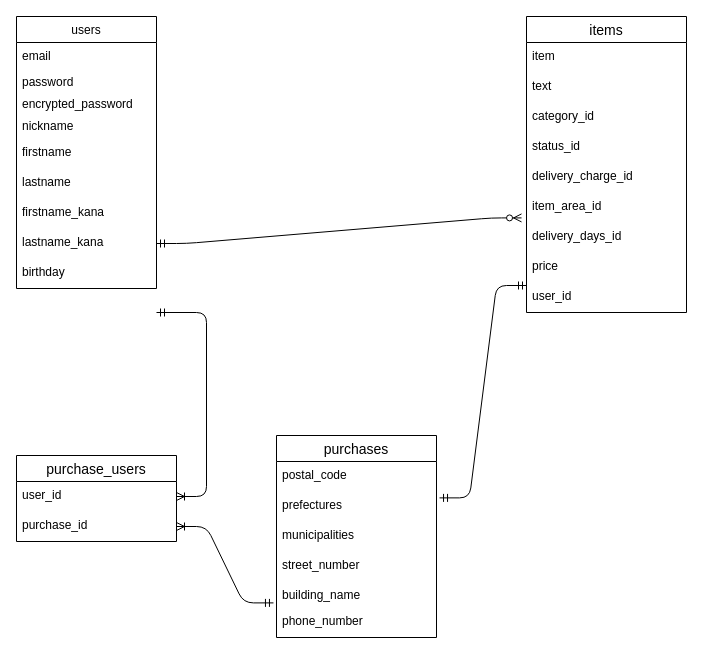
kaz-taka-1/furima-35593 keeps this draw.io diagram as furima.dio. Above is the earlier version. Source tidied: cells renumbered, new cells numbered last; positions are measured from the earlier drawing's top-left corner, leaving out a move shared by most shapes. Both pictures are drawn from the tidied source at 100%, with x=0, y=0 at pixel (16, 16).
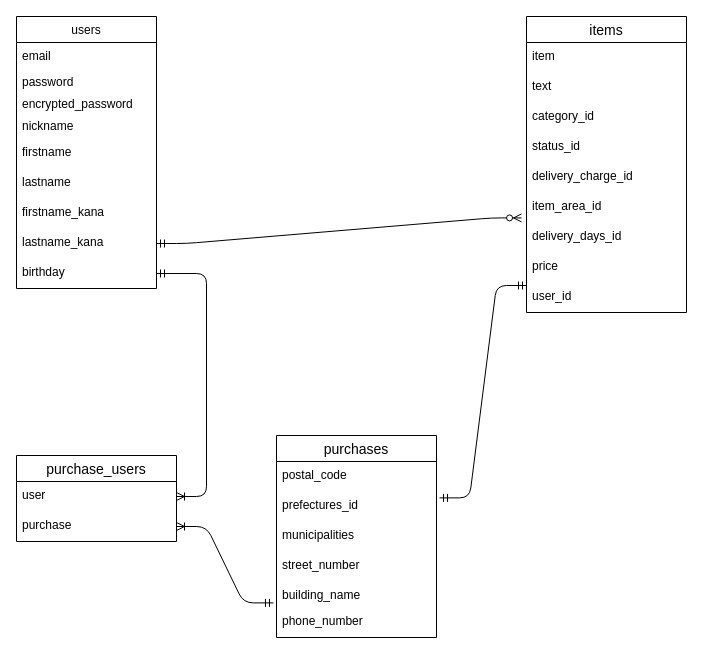
Above is the later version.

The change refers to these unchanged cells:
```xml
<mxCell id="11" value="birthday" style="text;strokeColor=none;fillColor=none;spacingLeft=4;spacingRight=4;overflow=hidden;points=[[0,0.5],[1,0.5]];portConstraint=eastwest;fontSize=12;" parent="2" vertex="1">
  <mxGeometry y="242" width="140" height="30" as="geometry" />
</mxCell>
<mxCell id="22" value="purchases" style="swimlane;fontStyle=0;horizontal=1;startSize=26;align=center;fontSize=14;" parent="1" vertex="1">
  <mxGeometry x="260" y="419" width="160" height="202" as="geometry" />
</mxCell>
<mxCell id="30" value="purchase_users" style="swimlane;fontStyle=0;horizontal=1;startSize=26;align=center;fontSize=14;" parent="1" vertex="1">
  <mxGeometry y="439" width="160" height="86" as="geometry" />
</mxCell>
```

Diff of the diagram source:
```diff
@@
-    <mxCell id="24" value="prefectures" style="text;strokeColor=none;fillColor=none;spacingLeft=4;spacingRight=4;overflow=hidden;points=[[0,0.5],[1,0.5]];portConstraint=eastwest;fontSize=12;" parent="22" vertex="1">
+    <mxCell id="24" value="prefectures_id" style="text;strokeColor=none;fillColor=none;spacingLeft=4;spacingRight=4;overflow=hidden;points=[[0,0.5],[1,0.5]];portConstraint=eastwest;fontSize=12;" parent="22" vertex="1">
       <mxGeometry y="56" width="160" height="30" as="geometry" />
     </mxCell>
@@
-    <mxCell id="31" value="user_id" style="text;strokeColor=none;fillColor=none;spacingLeft=4;spacingRight=4;overflow=hidden;points=[[0,0.5],[1,0.5]];portConstraint=eastwest;fontSize=12;" parent="30" vertex="1">
+    <mxCell id="31" value="user" style="text;strokeColor=none;fillColor=none;spacingLeft=4;spacingRight=4;overflow=hidden;points=[[0,0.5],[1,0.5]];portConstraint=eastwest;fontSize=12;" parent="30" vertex="1">
       <mxGeometry y="26" width="160" height="30" as="geometry" />
     </mxCell>
-    <mxCell id="32" value="purchase_id" style="text;strokeColor=none;fillColor=none;spacingLeft=4;spacingRight=4;overflow=hidden;points=[[0,0.5],[1,0.5]];portConstraint=eastwest;fontSize=12;" parent="30" vertex="1">
+    <mxCell id="32" value="purchase" style="text;strokeColor=none;fillColor=none;spacingLeft=4;spacingRight=4;overflow=hidden;points=[[0,0.5],[1,0.5]];portConstraint=eastwest;fontSize=12;" parent="30" vertex="1">
       <mxGeometry y="56" width="160" height="30" as="geometry" />
     </mxCell>
-    <mxCell id="33" style="edgeStyle=entityRelationEdgeStyle;fontSize=12;html=1;endArrow=ERoneToMany;startArrow=ERmandOne;" parent="1" edge="1" target="31">
-      <mxGeometry relative="1" as="geometry">
-        <mxPoint x="140" y="296" as="sourcePoint" />
-      </mxGeometry>
+    <mxCell id="33" style="edgeStyle=entityRelationEdgeStyle;fontSize=12;html=1;endArrow=ERoneToMany;startArrow=ERmandOne;exitX=1;exitY=0.5;exitDx=0;exitDy=0;" parent="1" edge="1" source="11" target="31">
+      <mxGeometry relative="1" as="geometry" />
     </mxCell>
```
